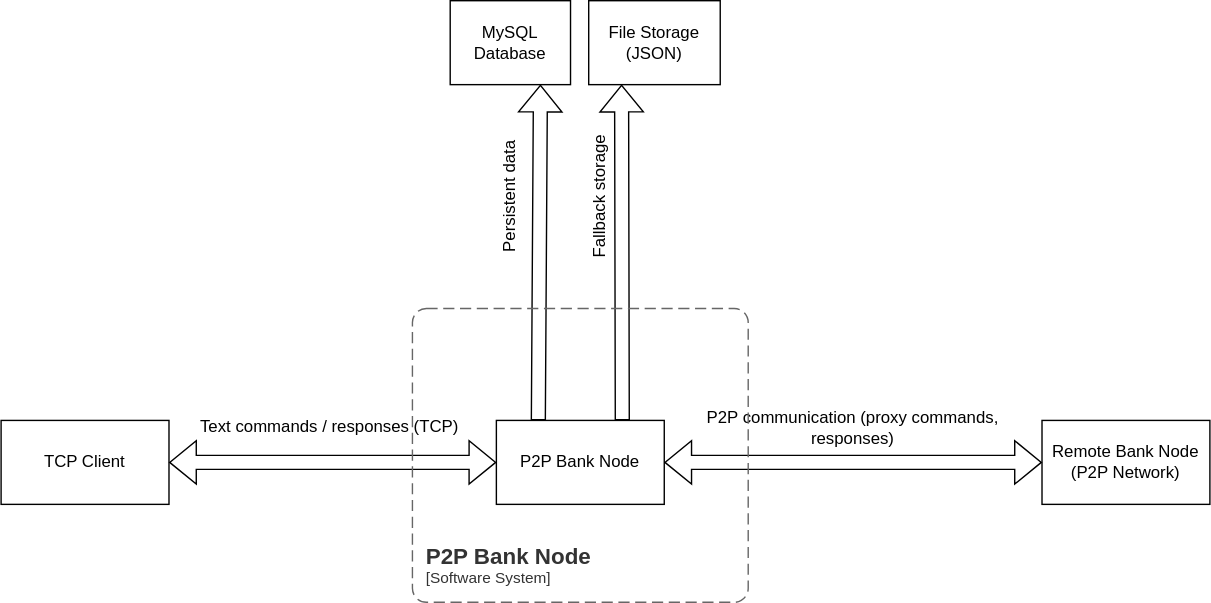
Before: docs/diagrams/context-diagram.svg, a diagram exported from draw.io (novakjak/bank). Source tidied: cells renumbered, new cells last; positions are measured from the earlier drawing's top-left corner, leaving out a move shared by most shapes.
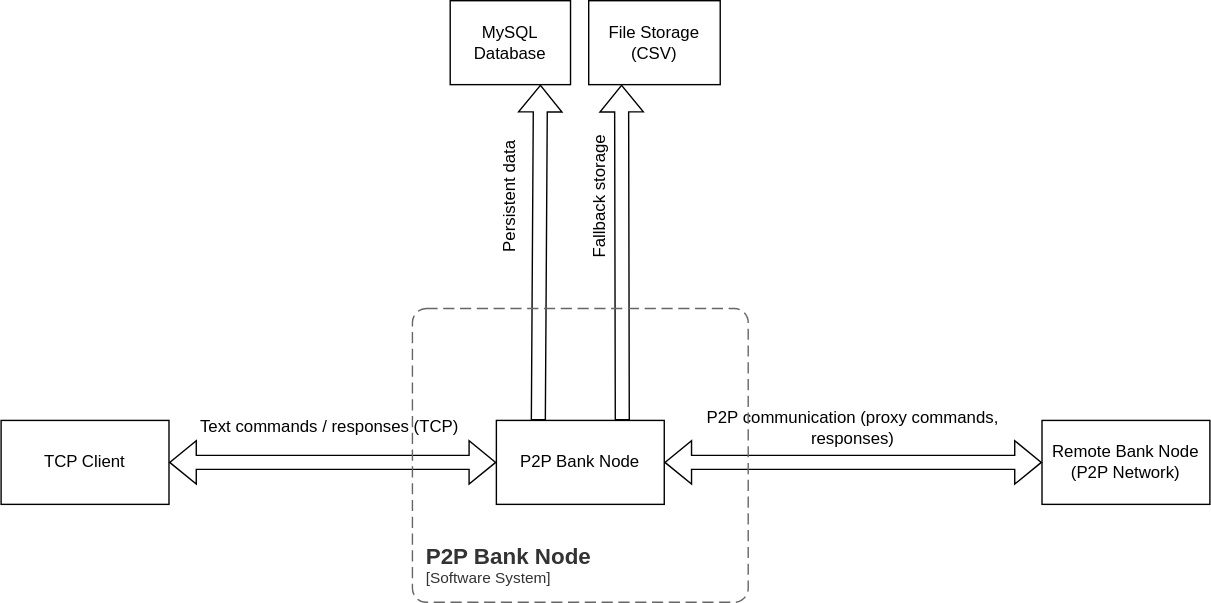
Later version of the same file.

The edit, as a diff of the source:
```diff
@@ -14,7 +14,7 @@
     <mxCell id="5" value="MySQL Database" style="rounded=0;whiteSpace=wrap;html=1;" parent="1" vertex="1">
       <mxGeometry x="321" width="86" height="60" as="geometry" />
     </mxCell>
-    <mxCell id="6" value="File Storage (JSON)" style="rounded=0;whiteSpace=wrap;html=1;" parent="1" vertex="1">
+    <mxCell id="6" value="File Storage (CSV)" style="rounded=0;whiteSpace=wrap;html=1;" parent="1" vertex="1">
       <mxGeometry x="420" width="94" height="60" as="geometry" />
     </mxCell>
     <mxCell id="7" style="shape=flexArrow;endArrow=classic;startArrow=classic;html=1;rounded=0;entryX=0;entryY=0.5;entryDx=0;entryDy=0;exitX=1;exitY=0.5;exitDx=0;exitDy=0;" parent="1" edge="1" source="2" target="4">
```
